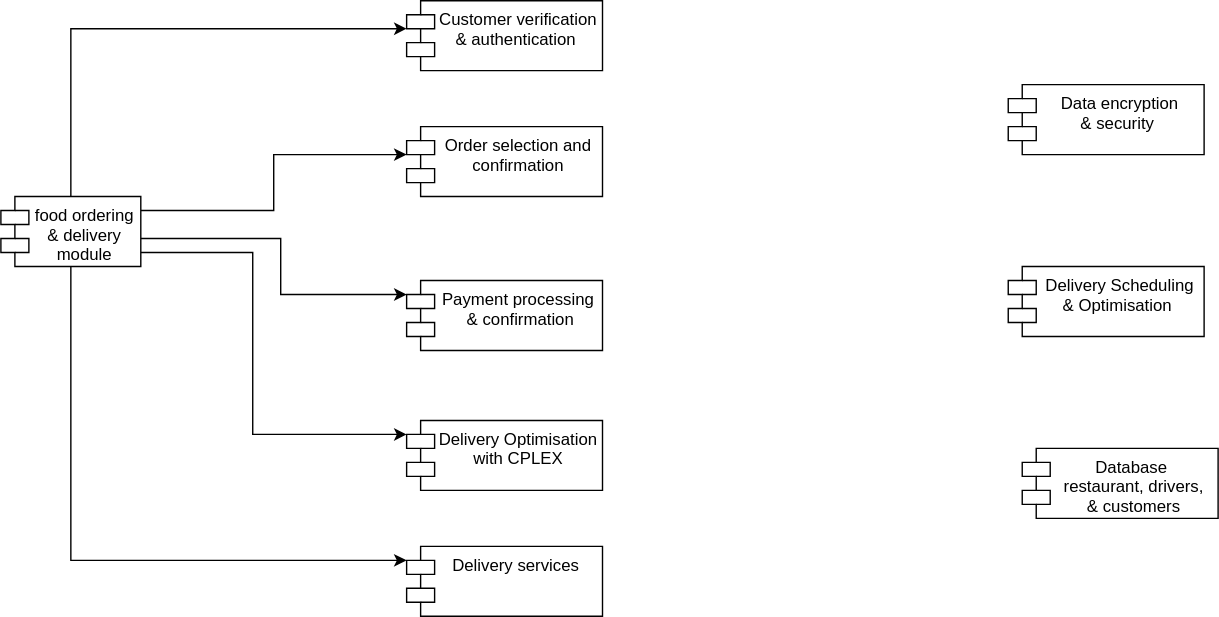
The draw.io diagram docs/assets/component Diagram.drawio.svg in ece567-fall21-team13/fresh-food, before a commit. Source tidied: cells renumbered, new cells last; positions are measured from the earlier drawing's top-left corner, leaving out a move shared by most shapes.
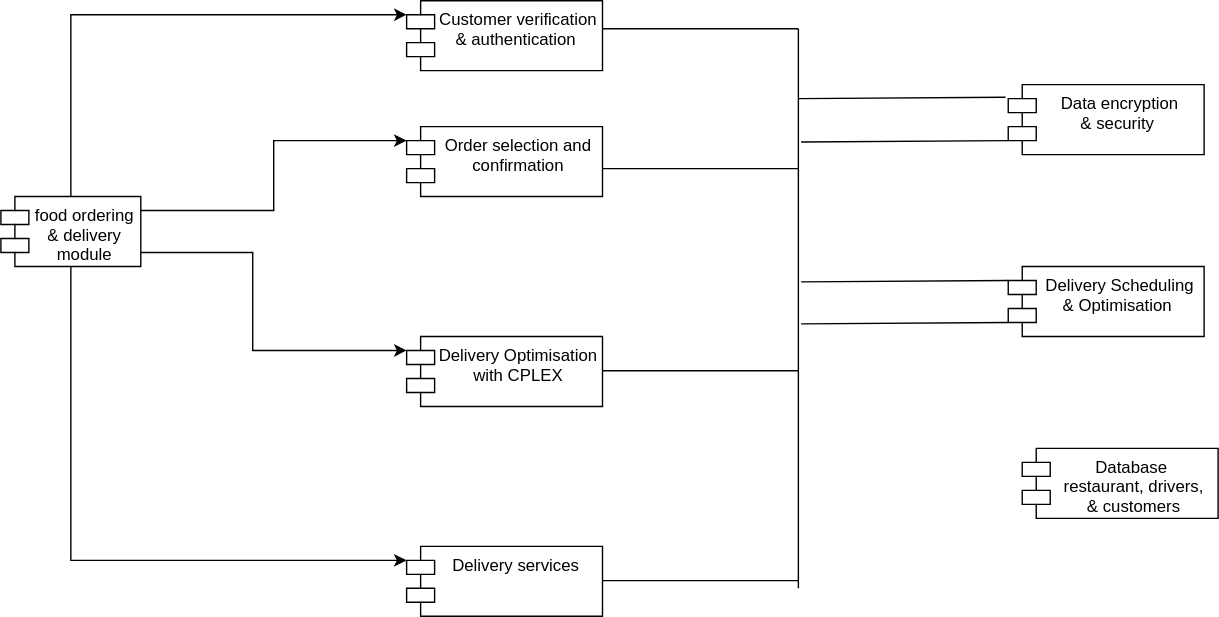
After the change.

Diff of the diagram source:
```diff
@@ -5,7 +5,7 @@
     <mxCell id="2" style="edgeStyle=orthogonalEdgeStyle;rounded=0;jettySize=auto;html=1;" parent="1" edge="1" source="7" target="8">
       <mxGeometry relative="1" as="geometry">
         <Array as="points">
-          <mxPoint x="50" y="20" />
+          <mxPoint x="50" y="10" />
         </Array>
       </mxGeometry>
     </mxCell>
@@ -13,7 +13,7 @@
       <mxGeometry relative="1" as="geometry">
         <Array as="points">
           <mxPoint x="195" y="150" />
-          <mxPoint x="195" y="110" />
+          <mxPoint x="195" y="100" />
         </Array>
       </mxGeometry>
     </mxCell>
@@ -24,19 +24,11 @@
         </Array>
       </mxGeometry>
     </mxCell>
-    <mxCell id="5" style="edgeStyle=orthogonalEdgeStyle;rounded=0;jettySize=auto;html=1;" parent="1" edge="1" source="7" target="11">
-      <mxGeometry relative="1" as="geometry">
-        <Array as="points">
-          <mxPoint x="200" y="170" />
-          <mxPoint x="200" y="210" />
-        </Array>
-      </mxGeometry>
-    </mxCell>
     <mxCell id="6" style="edgeStyle=orthogonalEdgeStyle;rounded=0;jettySize=auto;html=1;" parent="1" edge="1" source="7" target="12">
       <mxGeometry relative="1" as="geometry">
         <Array as="points">
           <mxPoint x="180" y="180" />
-          <mxPoint x="180" y="310" />
+          <mxPoint x="180" y="250" />
         </Array>
       </mxGeometry>
     </mxCell>
@@ -52,11 +44,8 @@
     <mxCell id="10" value="Delivery services &#10;" style="shape=module;align=left;spacingLeft=20;align=center;verticalAlign=top;" parent="1" vertex="1">
       <mxGeometry x="290" y="390" width="140" height="50" as="geometry" />
     </mxCell>
-    <mxCell id="11" value="Payment processing&#10; &amp; confirmation" style="shape=module;align=left;spacingLeft=20;align=center;verticalAlign=top;" parent="1" vertex="1">
-      <mxGeometry x="290" y="200" width="140" height="50" as="geometry" />
-    </mxCell>
     <mxCell id="12" value="Delivery Optimisation&#10;with CPLEX" style="shape=module;align=left;spacingLeft=20;align=center;verticalAlign=top;" parent="1" vertex="1">
-      <mxGeometry x="290" y="300" width="140" height="50" as="geometry" />
+      <mxGeometry x="290" y="240" width="140" height="50" as="geometry" />
     </mxCell>
     <mxCell id="13" value="Data encryption&#10;&amp; security " style="shape=module;align=left;spacingLeft=20;align=center;verticalAlign=top;" parent="1" vertex="1">
       <mxGeometry x="720" y="60" width="140" height="50" as="geometry" />
@@ -67,5 +56,58 @@
     <mxCell id="15" value="Delivery Scheduling&#10;&amp; Optimisation " style="shape=module;align=left;spacingLeft=20;align=center;verticalAlign=top;" parent="1" vertex="1">
       <mxGeometry x="720" y="190" width="140" height="50" as="geometry" />
     </mxCell>
+    <mxCell id="16" style="endArrow=none;html=1;rounded=0;" parent="1" edge="1">
+      <mxGeometry relative="1" as="geometry">
+        <mxPoint x="570" y="420" as="sourcePoint" />
+        <mxPoint x="570" y="20" as="targetPoint" />
+      </mxGeometry>
+    </mxCell>
+    <mxCell id="17" style="endArrow=none;html=1;rounded=0;" parent="1" edge="1">
+      <mxGeometry relative="1" as="geometry">
+        <mxPoint x="430" y="20" as="sourcePoint" />
+        <mxPoint x="570" y="20" as="targetPoint" />
+      </mxGeometry>
+    </mxCell>
+    <mxCell id="18" style="endArrow=none;html=1;rounded=0;" parent="1" edge="1">
+      <mxGeometry relative="1" as="geometry">
+        <mxPoint x="430" y="120" as="sourcePoint" />
+        <mxPoint x="570" y="120" as="targetPoint" />
+      </mxGeometry>
+    </mxCell>
+    <mxCell id="19" style="endArrow=none;html=1;rounded=0;" parent="1" edge="1">
+      <mxGeometry relative="1" as="geometry">
+        <mxPoint x="430" y="264.5" as="sourcePoint" />
+        <mxPoint x="570" y="264.5" as="targetPoint" />
+      </mxGeometry>
+    </mxCell>
+    <mxCell id="20" style="endArrow=none;html=1;rounded=0;" parent="1" edge="1">
+      <mxGeometry relative="1" as="geometry">
+        <mxPoint x="430" y="414.5" as="sourcePoint" />
+        <mxPoint x="570" y="414.5" as="targetPoint" />
+      </mxGeometry>
+    </mxCell>
+    <mxCell id="21" style="endArrow=none;html=1;rounded=0;entryX=-0.014;entryY=0.18;entryDx=0;entryDy=0;entryPerimeter=0;" parent="1" edge="1" target="13">
+      <mxGeometry relative="1" as="geometry">
+        <mxPoint x="570" y="70" as="sourcePoint" />
+      </mxGeometry>
+    </mxCell>
+    <mxCell id="22" style="endArrow=none;html=1;rounded=0;entryX=-0.014;entryY=0.18;entryDx=0;entryDy=0;entryPerimeter=0;" parent="1" edge="1">
+      <mxGeometry relative="1" as="geometry">
+        <mxPoint x="572" y="101" as="sourcePoint" />
+        <mxPoint x="720" y="100" as="targetPoint" />
+      </mxGeometry>
+    </mxCell>
+    <mxCell id="23" style="endArrow=none;html=1;rounded=0;entryX=-0.014;entryY=0.18;entryDx=0;entryDy=0;entryPerimeter=0;" parent="1" edge="1">
+      <mxGeometry relative="1" as="geometry">
+        <mxPoint x="572" y="201" as="sourcePoint" />
+        <mxPoint x="720" y="200" as="targetPoint" />
+      </mxGeometry>
+    </mxCell>
+    <mxCell id="24" style="endArrow=none;html=1;rounded=0;entryX=-0.014;entryY=0.18;entryDx=0;entryDy=0;entryPerimeter=0;" parent="1" edge="1">
+      <mxGeometry relative="1" as="geometry">
+        <mxPoint x="572" y="231" as="sourcePoint" />
+        <mxPoint x="720" y="230" as="targetPoint" />
+      </mxGeometry>
+    </mxCell>
   </root>
 </mxGraphModel>
```
